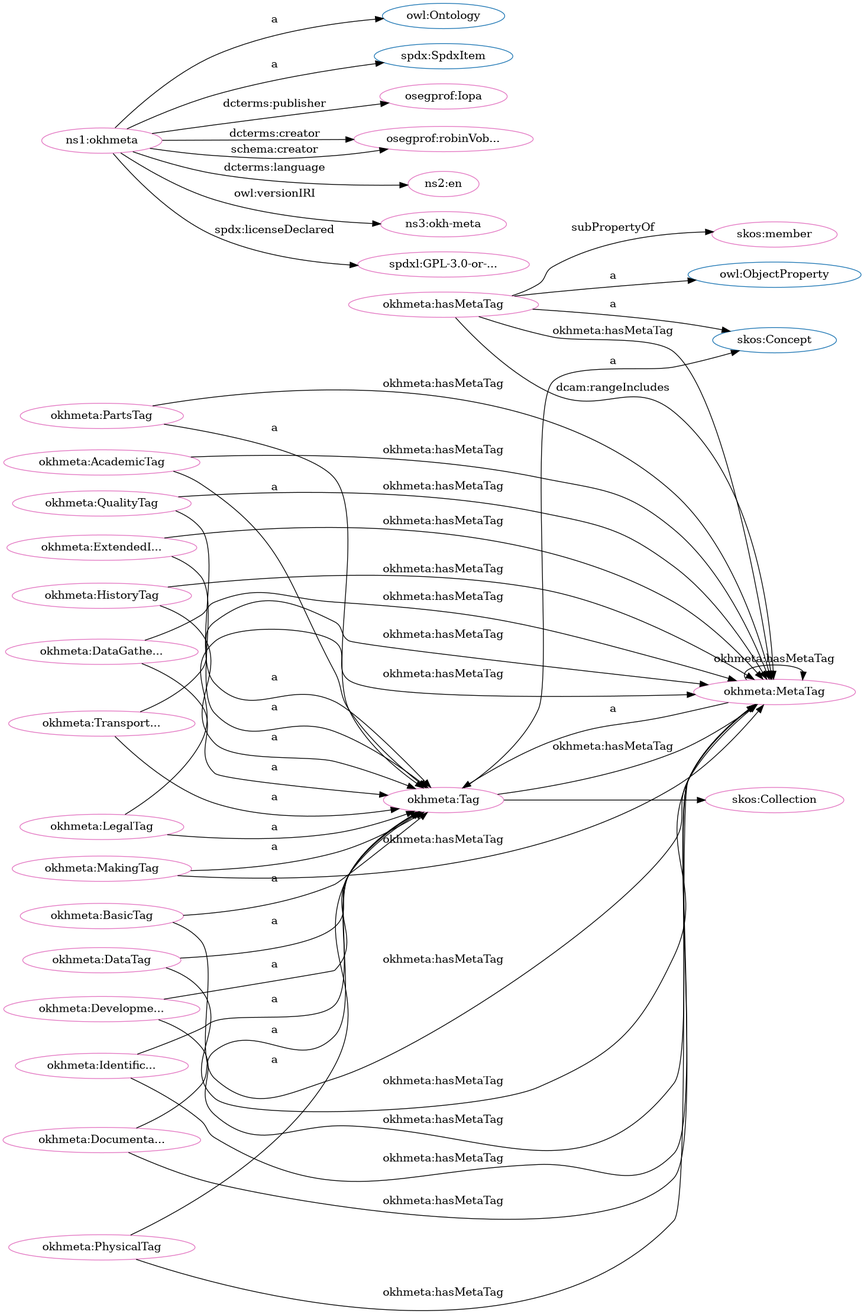
Before: src/spec/dot_okh-meta.png, a diagram exported from Graphviz (iop-alliance/OpenKnowHow). Its source is kept beside it as src/spec/dot_okh-meta.dot.
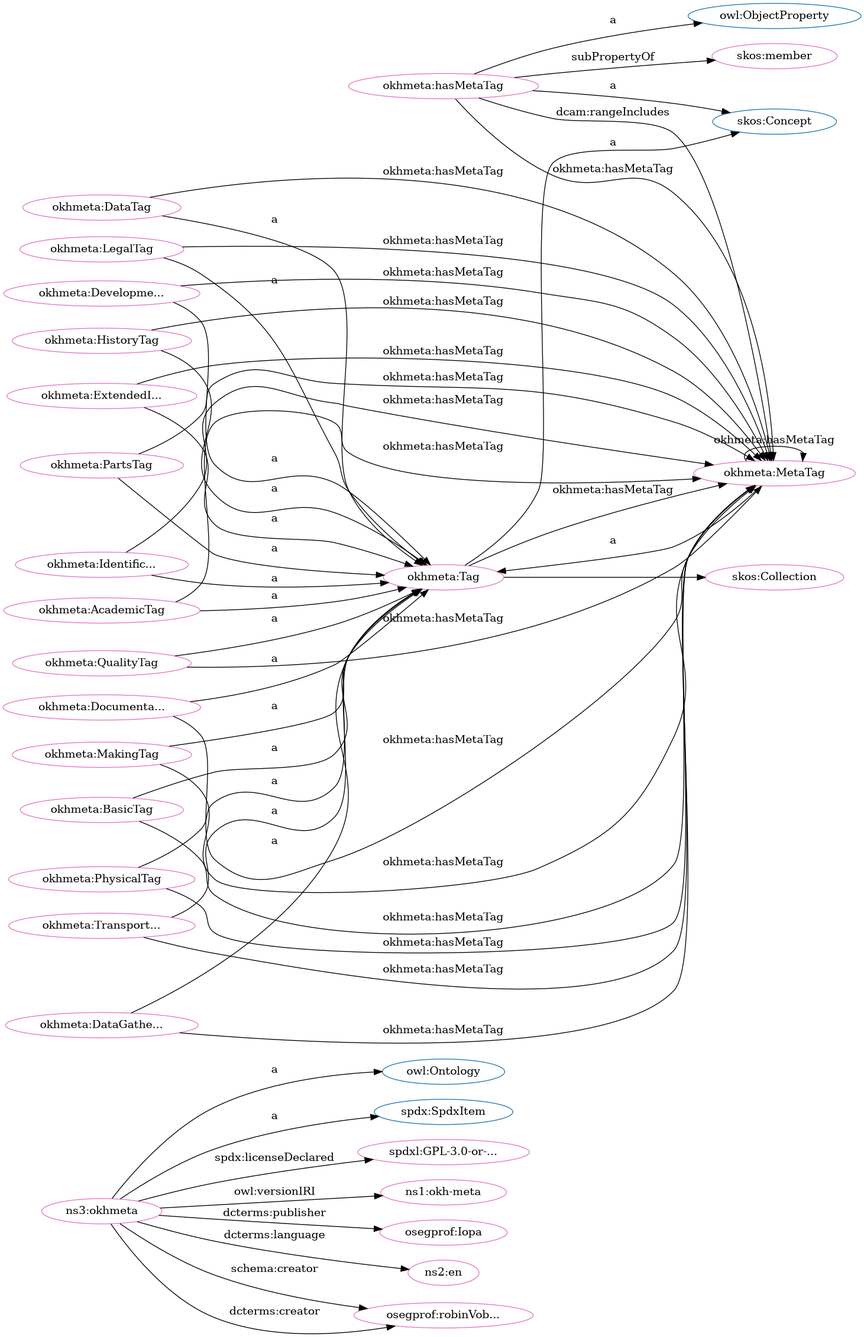
Above is the later version.

What changed in the source:
```diff
@@ -1,84 +1,84 @@
 digraph G {
   rankdir=BT
   node[height=.3]
-"http://www.w3.org/2004/02/skos/core#Concept" [fillcolor="#1f77b4" color="#1f77b4" label="skos:Concept"]
+"http://www.w3.org/2002/07/owl#Ontology" [fillcolor="#1f77b4" color="#1f77b4" label="owl:Ontology"]
+"http://spdx.org/rdf/terms#SpdxItem" [fillcolor="#1f77b4" color="#1f77b4" label="spdx:SpdxItem"]
 "http://w3id.org/oseg/ont/okhmeta#Tag" [fillcolor="#1f77b4" color="#1f77b4" label="okhmeta:Tag"]
 "http://www.w3.org/2004/02/skos/core#Collection" [fillcolor="#1f77b4" color="#1f77b4" label="skos:Collection"]
-"http://www.w3.org/2002/07/owl#Ontology" [fillcolor="#1f77b4" color="#1f77b4" label="owl:Ontology"]
 "http://www.w3.org/2002/07/owl#ObjectProperty" [fillcolor="#1f77b4" color="#1f77b4" label="owl:ObjectProperty"]
-"http://spdx.org/rdf/terms#SpdxItem" [fillcolor="#1f77b4" color="#1f77b4" label="spdx:SpdxItem"]
+"http://www.w3.org/2004/02/skos/core#Concept" [fillcolor="#1f77b4" color="#1f77b4" label="skos:Concept"]
+"http://w3id.org/oseg/ont/okhmeta#MetaTag" [fillcolor="#e377c2" color="#e377c2" label="okhmeta:MetaTag"]
+"http://w3id.org/oseg/ont/okhmeta#ExtendedInfoTag" [fillcolor="#e377c2" color="#e377c2" label="okhmeta:ExtendedI..."]
+"http://w3id.org/oseg/ont/okhmeta#PhysicalTag" [fillcolor="#e377c2" color="#e377c2" label="okhmeta:PhysicalTag"]
+"http://w3id.org/oseg/ont/okhmeta#DataTag" [fillcolor="#e377c2" color="#e377c2" label="okhmeta:DataTag"]
+"http://w3id.org/oseg/ont/okhmeta#DocumentationTag" [fillcolor="#e377c2" color="#e377c2" label="okhmeta:Documenta..."]
+"http://spdx.org/licenses/GPL-3.0-or-later" [fillcolor="#e377c2" color="#e377c2" label="spdxl:GPL-3.0-or-..."]
+"http://w3id.org/oseg/ont/okhmeta#hasMetaTag" [fillcolor="#e377c2" color="#e377c2" label="okhmeta:hasMetaTag"]
+"http://w3id.org/oseg/ont/okhmeta#BasicTag" [fillcolor="#e377c2" color="#e377c2" label="okhmeta:BasicTag"]
+"http://w3id.org/oseg/ont/okhmeta#LegalTag" [fillcolor="#e377c2" color="#e377c2" label="okhmeta:LegalTag"]
+"http://w3id.org/oseg/ont/1.1.0/okh-meta" [fillcolor="#e377c2" color="#e377c2" label="ns1:okh-meta"]
+"http://w3id.org/oseg/ont/okhmeta#DevelopmentTag" [fillcolor="#e377c2" color="#e377c2" label="okhmeta:Developme..."]
+"http://w3id.org/oseg/ont/okhmeta#QualityTag" [fillcolor="#e377c2" color="#e377c2" label="okhmeta:QualityTag"]
+"http://w3id.org/oseg/ont/oseg-profiles#Iopa" [fillcolor="#e377c2" color="#e377c2" label="osegprof:Iopa"]
+"http://w3id.org/oseg/ont/okhmeta#DataGatheringTag" [fillcolor="#e377c2" color="#e377c2" label="okhmeta:DataGathe..."]
+"http://id.loc.gov/vocabulary/iso639-1/en" [fillcolor="#e377c2" color="#e377c2" label="ns2:en"]
+"http://w3id.org/oseg/ont/okhmeta" [fillcolor="#e377c2" color="#e377c2" label="ns3:okhmeta"]
+"http://w3id.org/oseg/ont/okhmeta#IdentificationTag" [fillcolor="#e377c2" color="#e377c2" label="okhmeta:Identific..."]
+"http://w3id.org/oseg/ont/okhmeta#TransportationTag" [fillcolor="#e377c2" color="#e377c2" label="okhmeta:Transport..."]
+"http://w3id.org/oseg/ont/okhmeta#Tag" [fillcolor="#e377c2" color="#e377c2" label="okhmeta:Tag"]
+"http://w3id.org/oseg/ont/oseg-profiles#robinVobruba" [fillcolor="#e377c2" color="#e377c2" label="osegprof:robinVob..."]
+"http://w3id.org/oseg/ont/okhmeta#AcademicTag" [fillcolor="#e377c2" color="#e377c2" label="okhmeta:AcademicTag"]
+"http://www.w3.org/2004/02/skos/core#member" [fillcolor="#e377c2" color="#e377c2" label="skos:member"]
+"http://w3id.org/oseg/ont/okhmeta#MakingTag" [fillcolor="#e377c2" color="#e377c2" label="okhmeta:MakingTag"]
+"http://www.w3.org/2004/02/skos/core#Collection" [fillcolor="#e377c2" color="#e377c2" label="skos:Collection"]
+"http://w3id.org/oseg/ont/okhmeta#PartsTag" [fillcolor="#e377c2" color="#e377c2" label="okhmeta:PartsTag"]
 "http://w3id.org/oseg/ont/okhmeta#HistoryTag" [fillcolor="#e377c2" color="#e377c2" label="okhmeta:HistoryTag"]
-"http://w3id.org/oseg/ont/okhmeta" [fillcolor="#e377c2" color="#e377c2" label="ns1:okhmeta"]
-"http://w3id.org/oseg/ont/okhmeta#IdentificationTag" [fillcolor="#e377c2" color="#e377c2" label="okhmeta:Identific..."]
-"http://w3id.org/oseg/ont/okhmeta#MetaTag" [fillcolor="#e377c2" color="#e377c2" label="okhmeta:MetaTag"]
-"http://w3id.org/oseg/ont/oseg-profiles#Iopa" [fillcolor="#e377c2" color="#e377c2" label="osegprof:Iopa"]
-"http://w3id.org/oseg/ont/okhmeta#hasMetaTag" [fillcolor="#e377c2" color="#e377c2" label="okhmeta:hasMetaTag"]
-"http://w3id.org/oseg/ont/okhmeta#PartsTag" [fillcolor="#e377c2" color="#e377c2" label="okhmeta:PartsTag"]
-"http://w3id.org/oseg/ont/okhmeta#BasicTag" [fillcolor="#e377c2" color="#e377c2" label="okhmeta:BasicTag"]
-"http://w3id.org/oseg/ont/okhmeta#DevelopmentTag" [fillcolor="#e377c2" color="#e377c2" label="okhmeta:Developme..."]
-"http://w3id.org/oseg/ont/okhmeta#AcademicTag" [fillcolor="#e377c2" color="#e377c2" label="okhmeta:AcademicTag"]
-"http://w3id.org/oseg/ont/oseg-profiles#robinVobruba" [fillcolor="#e377c2" color="#e377c2" label="osegprof:robinVob..."]
-"http://w3id.org/oseg/ont/okhmeta#Tag" [fillcolor="#e377c2" color="#e377c2" label="okhmeta:Tag"]
-"http://id.loc.gov/vocabulary/iso639-1/en" [fillcolor="#e377c2" color="#e377c2" label="ns2:en"]
-"http://www.w3.org/2004/02/skos/core#member" [fillcolor="#e377c2" color="#e377c2" label="skos:member"]
-"http://w3id.org/oseg/ont/okhmeta#QualityTag" [fillcolor="#e377c2" color="#e377c2" label="okhmeta:QualityTag"]
-"http://w3id.org/oseg/ont/okhmeta#MakingTag" [fillcolor="#e377c2" color="#e377c2" label="okhmeta:MakingTag"]
-"http://w3id.org/oseg/ont/okhmeta#PhysicalTag" [fillcolor="#e377c2" color="#e377c2" label="okhmeta:PhysicalTag"]
-"http://w3id.org/oseg/ont/okhmeta#TransportationTag" [fillcolor="#e377c2" color="#e377c2" label="okhmeta:Transport..."]
-"http://w3id.org/oseg/ont/1.1.0/okh-meta" [fillcolor="#e377c2" color="#e377c2" label="ns3:okh-meta"]
-"http://w3id.org/oseg/ont/okhmeta#DocumentationTag" [fillcolor="#e377c2" color="#e377c2" label="okhmeta:Documenta..."]
-"http://w3id.org/oseg/ont/okhmeta#LegalTag" [fillcolor="#e377c2" color="#e377c2" label="okhmeta:LegalTag"]
-"http://w3id.org/oseg/ont/okhmeta#DataTag" [fillcolor="#e377c2" color="#e377c2" label="okhmeta:DataTag"]
-"http://w3id.org/oseg/ont/okhmeta#DataGatheringTag" [fillcolor="#e377c2" color="#e377c2" label="okhmeta:DataGathe..."]
-"http://w3id.org/oseg/ont/okhmeta#ExtendedInfoTag" [fillcolor="#e377c2" color="#e377c2" label="okhmeta:ExtendedI..."]
-"http://spdx.org/licenses/GPL-3.0-or-later" [fillcolor="#e377c2" color="#e377c2" label="spdxl:GPL-3.0-or-..."]
-"http://www.w3.org/2004/02/skos/core#Collection" [fillcolor="#e377c2" color="#e377c2" label="skos:Collection"]
+  "http://w3id.org/oseg/ont/okhmeta#PhysicalTag" -> "http://w3id.org/oseg/ont/okhmeta#Tag" [label="a"]
+  "http://w3id.org/oseg/ont/okhmeta#hasMetaTag" -> "http://w3id.org/oseg/ont/okhmeta#MetaTag" [label="dcam:rangeIncludes"]
+  "http://w3id.org/oseg/ont/okhmeta#hasMetaTag" -> "http://w3id.org/oseg/ont/okhmeta#MetaTag" [label="okhmeta:hasMetaTag"]
+  "http://w3id.org/oseg/ont/okhmeta#hasMetaTag" -> "http://www.w3.org/2002/07/owl#ObjectProperty" [label="a"]
+  "http://w3id.org/oseg/ont/okhmeta#LegalTag" -> "http://w3id.org/oseg/ont/okhmeta#Tag" [label="a"]
+  "http://w3id.org/oseg/ont/okhmeta#MakingTag" -> "http://w3id.org/oseg/ont/okhmeta#MetaTag" [label="okhmeta:hasMetaTag"]
+  "http://w3id.org/oseg/ont/okhmeta" -> "http://w3id.org/oseg/ont/1.1.0/okh-meta" [label="owl:versionIRI"]
+  "http://w3id.org/oseg/ont/okhmeta#QualityTag" -> "http://w3id.org/oseg/ont/okhmeta#Tag" [label="a"]
+  "http://w3id.org/oseg/ont/okhmeta#DataGatheringTag" -> "http://w3id.org/oseg/ont/okhmeta#Tag" [label="a"]
+  "http://w3id.org/oseg/ont/okhmeta#LegalTag" -> "http://w3id.org/oseg/ont/okhmeta#MetaTag" [label="okhmeta:hasMetaTag"]
+  "http://w3id.org/oseg/ont/okhmeta#IdentificationTag" -> "http://w3id.org/oseg/ont/okhmeta#Tag" [label="a"]
+  "http://w3id.org/oseg/ont/okhmeta#TransportationTag" -> "http://w3id.org/oseg/ont/okhmeta#Tag" [label="a"]
+  "http://w3id.org/oseg/ont/okhmeta#QualityTag" -> "http://w3id.org/oseg/ont/okhmeta#MetaTag" [label="okhmeta:hasMetaTag"]
+  "http://w3id.org/oseg/ont/okhmeta#DevelopmentTag" -> "http://w3id.org/oseg/ont/okhmeta#MetaTag" [label="okhmeta:hasMetaTag"]
+  "http://w3id.org/oseg/ont/okhmeta" -> "http://w3id.org/oseg/ont/oseg-profiles#robinVobruba" [label="schema:creator"]
+  "http://w3id.org/oseg/ont/okhmeta#DataGatheringTag" -> "http://w3id.org/oseg/ont/okhmeta#MetaTag" [label="okhmeta:hasMetaTag"]
+  "http://w3id.org/oseg/ont/okhmeta#AcademicTag" -> "http://w3id.org/oseg/ont/okhmeta#Tag" [label="a"]
+  "http://w3id.org/oseg/ont/okhmeta#PhysicalTag" -> "http://w3id.org/oseg/ont/okhmeta#MetaTag" [label="okhmeta:hasMetaTag"]
+  "http://w3id.org/oseg/ont/okhmeta" -> "http://w3id.org/oseg/ont/oseg-profiles#robinVobruba" [label="dcterms:creator"]
+  "http://w3id.org/oseg/ont/okhmeta#Tag" -> "http://www.w3.org/2004/02/skos/core#Collection" [label=""]
+  "http://w3id.org/oseg/ont/okhmeta#PartsTag" -> "http://w3id.org/oseg/ont/okhmeta#Tag" [label="a"]
+  "http://w3id.org/oseg/ont/okhmeta#Tag" -> "http://w3id.org/oseg/ont/okhmeta#MetaTag" [label="okhmeta:hasMetaTag"]
   "http://w3id.org/oseg/ont/okhmeta#HistoryTag" -> "http://w3id.org/oseg/ont/okhmeta#Tag" [label="a"]
-  "http://w3id.org/oseg/ont/okhmeta#IdentificationTag" -> "http://w3id.org/oseg/ont/okhmeta#Tag" [label="a"]
-  "http://w3id.org/oseg/ont/okhmeta" -> "http://w3id.org/oseg/ont/oseg-profiles#Iopa" [label="dcterms:publisher"]
-  "http://w3id.org/oseg/ont/okhmeta#hasMetaTag" -> "http://www.w3.org/2004/02/skos/core#Concept" [label="a"]
-  "http://w3id.org/oseg/ont/okhmeta#hasMetaTag" -> "http://www.w3.org/2002/07/owl#ObjectProperty" [label="a"]
-  "http://w3id.org/oseg/ont/okhmeta#Tag" -> "http://w3id.org/oseg/ont/okhmeta#MetaTag" [label="okhmeta:hasMetaTag"]
-  "http://w3id.org/oseg/ont/okhmeta#PartsTag" -> "http://w3id.org/oseg/ont/okhmeta#MetaTag" [label="okhmeta:hasMetaTag"]
-  "http://w3id.org/oseg/ont/okhmeta#BasicTag" -> "http://w3id.org/oseg/ont/okhmeta#MetaTag" [label="okhmeta:hasMetaTag"]
-  "http://w3id.org/oseg/ont/okhmeta#hasMetaTag" -> "http://w3id.org/oseg/ont/okhmeta#MetaTag" [label="dcam:rangeIncludes"]
-  "http://w3id.org/oseg/ont/okhmeta" -> "http://id.loc.gov/vocabulary/iso639-1/en" [label="dcterms:language"]
-  "http://w3id.org/oseg/ont/okhmeta#QualityTag" -> "http://w3id.org/oseg/ont/okhmeta#Tag" [label="a"]
-  "http://w3id.org/oseg/ont/okhmeta#PhysicalTag" -> "http://w3id.org/oseg/ont/okhmeta#MetaTag" [label="okhmeta:hasMetaTag"]
-  "http://w3id.org/oseg/ont/okhmeta#MakingTag" -> "http://w3id.org/oseg/ont/okhmeta#MetaTag" [label="okhmeta:hasMetaTag"]
+  "http://w3id.org/oseg/ont/okhmeta#IdentificationTag" -> "http://w3id.org/oseg/ont/okhmeta#MetaTag" [label="okhmeta:hasMetaTag"]
+  "http://w3id.org/oseg/ont/okhmeta#ExtendedInfoTag" -> "http://w3id.org/oseg/ont/okhmeta#Tag" [label="a"]
+  "http://w3id.org/oseg/ont/okhmeta#DataTag" -> "http://w3id.org/oseg/ont/okhmeta#Tag" [label="a"]
   "http://w3id.org/oseg/ont/okhmeta#DocumentationTag" -> "http://w3id.org/oseg/ont/okhmeta#Tag" [label="a"]
-  "http://w3id.org/oseg/ont/okhmeta#LegalTag" -> "http://w3id.org/oseg/ont/okhmeta#Tag" [label="a"]
   "http://w3id.org/oseg/ont/okhmeta#TransportationTag" -> "http://w3id.org/oseg/ont/okhmeta#MetaTag" [label="okhmeta:hasMetaTag"]
-  "http://w3id.org/oseg/ont/okhmeta#hasMetaTag" -> "http://w3id.org/oseg/ont/okhmeta#MetaTag" [label="okhmeta:hasMetaTag"]
-  "http://w3id.org/oseg/ont/okhmeta#DataGatheringTag" -> "http://w3id.org/oseg/ont/okhmeta#Tag" [label="a"]
-  "http://w3id.org/oseg/ont/okhmeta#DataTag" -> "http://w3id.org/oseg/ont/okhmeta#MetaTag" [label="okhmeta:hasMetaTag"]
-  "http://w3id.org/oseg/ont/okhmeta#ExtendedInfoTag" -> "http://w3id.org/oseg/ont/okhmeta#Tag" [label="a"]
+  "http://w3id.org/oseg/ont/okhmeta#AcademicTag" -> "http://w3id.org/oseg/ont/okhmeta#MetaTag" [label="okhmeta:hasMetaTag"]
   "http://w3id.org/oseg/ont/okhmeta" -> "http://spdx.org/licenses/GPL-3.0-or-later" [label="spdx:licenseDeclared"]
-  "http://w3id.org/oseg/ont/okhmeta#QualityTag" -> "http://w3id.org/oseg/ont/okhmeta#MetaTag" [label="okhmeta:hasMetaTag"]
-  "http://w3id.org/oseg/ont/okhmeta#Tag" -> "http://www.w3.org/2004/02/skos/core#Collection" [label=""]
-  "http://w3id.org/oseg/ont/okhmeta" -> "http://spdx.org/rdf/terms#SpdxItem" [label="a"]
-  "http://w3id.org/oseg/ont/okhmeta#HistoryTag" -> "http://w3id.org/oseg/ont/okhmeta#MetaTag" [label="okhmeta:hasMetaTag"]
-  "http://w3id.org/oseg/ont/okhmeta#IdentificationTag" -> "http://w3id.org/oseg/ont/okhmeta#MetaTag" [label="okhmeta:hasMetaTag"]
-  "http://w3id.org/oseg/ont/okhmeta#PartsTag" -> "http://w3id.org/oseg/ont/okhmeta#Tag" [label="a"]
   "http://w3id.org/oseg/ont/okhmeta#BasicTag" -> "http://w3id.org/oseg/ont/okhmeta#Tag" [label="a"]
   "http://w3id.org/oseg/ont/okhmeta#DevelopmentTag" -> "http://w3id.org/oseg/ont/okhmeta#Tag" [label="a"]
-  "http://w3id.org/oseg/ont/okhmeta#AcademicTag" -> "http://w3id.org/oseg/ont/okhmeta#Tag" [label="a"]
-  "http://w3id.org/oseg/ont/okhmeta" -> "http://w3id.org/oseg/ont/oseg-profiles#robinVobruba" [label="dcterms:creator"]
+  "http://w3id.org/oseg/ont/okhmeta#PartsTag" -> "http://w3id.org/oseg/ont/okhmeta#MetaTag" [label="okhmeta:hasMetaTag"]
+  "http://w3id.org/oseg/ont/okhmeta" -> "http://w3id.org/oseg/ont/oseg-profiles#Iopa" [label="dcterms:publisher"]
+  "http://w3id.org/oseg/ont/okhmeta#MetaTag" -> "http://w3id.org/oseg/ont/okhmeta#Tag" [label="a"]
+  "http://w3id.org/oseg/ont/okhmeta#ExtendedInfoTag" -> "http://w3id.org/oseg/ont/okhmeta#MetaTag" [label="okhmeta:hasMetaTag"]
+  "http://w3id.org/oseg/ont/okhmeta#DocumentationTag" -> "http://w3id.org/oseg/ont/okhmeta#MetaTag" [label="okhmeta:hasMetaTag"]
+  "http://w3id.org/oseg/ont/okhmeta" -> "http://id.loc.gov/vocabulary/iso639-1/en" [label="dcterms:language"]
+  "http://w3id.org/oseg/ont/okhmeta" -> "http://www.w3.org/2002/07/owl#Ontology" [label="a"]
+  "http://w3id.org/oseg/ont/okhmeta#BasicTag" -> "http://w3id.org/oseg/ont/okhmeta#MetaTag" [label="okhmeta:hasMetaTag"]
   "http://w3id.org/oseg/ont/okhmeta#Tag" -> "http://www.w3.org/2004/02/skos/core#Concept" [label="a"]
+  "http://w3id.org/oseg/ont/okhmeta#MetaTag" -> "http://w3id.org/oseg/ont/okhmeta#MetaTag" [label="okhmeta:hasMetaTag"]
+  "http://w3id.org/oseg/ont/okhmeta" -> "http://spdx.org/rdf/terms#SpdxItem" [label="a"]
+  "http://w3id.org/oseg/ont/okhmeta#hasMetaTag" -> "http://www.w3.org/2004/02/skos/core#Concept" [label="a"]
   "http://w3id.org/oseg/ont/okhmeta#hasMetaTag" -> "http://www.w3.org/2004/02/skos/core#member" [label="subPropertyOf"]
-  "http://w3id.org/oseg/ont/okhmeta#ExtendedInfoTag" -> "http://w3id.org/oseg/ont/okhmeta#MetaTag" [label="okhmeta:hasMetaTag"]
+  "http://w3id.org/oseg/ont/okhmeta#HistoryTag" -> "http://w3id.org/oseg/ont/okhmeta#MetaTag" [label="okhmeta:hasMetaTag"]
   "http://w3id.org/oseg/ont/okhmeta#MakingTag" -> "http://w3id.org/oseg/ont/okhmeta#Tag" [label="a"]
-  "http://w3id.org/oseg/ont/okhmeta#PhysicalTag" -> "http://w3id.org/oseg/ont/okhmeta#Tag" [label="a"]
-  "http://w3id.org/oseg/ont/okhmeta" -> "http://w3id.org/oseg/ont/oseg-profiles#robinVobruba" [label="schema:creator"]
-  "http://w3id.org/oseg/ont/okhmeta#AcademicTag" -> "http://w3id.org/oseg/ont/okhmeta#MetaTag" [label="okhmeta:hasMetaTag"]
-  "http://w3id.org/oseg/ont/okhmeta#TransportationTag" -> "http://w3id.org/oseg/ont/okhmeta#Tag" [label="a"]
-  "http://w3id.org/oseg/ont/okhmeta#MetaTag" -> "http://w3id.org/oseg/ont/okhmeta#Tag" [label="a"]
-  "http://w3id.org/oseg/ont/okhmeta" -> "http://w3id.org/oseg/ont/1.1.0/okh-meta" [label="owl:versionIRI"]
-  "http://w3id.org/oseg/ont/okhmeta#DataTag" -> "http://w3id.org/oseg/ont/okhmeta#Tag" [label="a"]
-  "http://w3id.org/oseg/ont/okhmeta#MetaTag" -> "http://w3id.org/oseg/ont/okhmeta#MetaTag" [label="okhmeta:hasMetaTag"]
-  "http://w3id.org/oseg/ont/okhmeta#DocumentationTag" -> "http://w3id.org/oseg/ont/okhmeta#MetaTag" [label="okhmeta:hasMetaTag"]
-  "http://w3id.org/oseg/ont/okhmeta#DevelopmentTag" -> "http://w3id.org/oseg/ont/okhmeta#MetaTag" [label="okhmeta:hasMetaTag"]
-  "http://w3id.org/oseg/ont/okhmeta#LegalTag" -> "http://w3id.org/oseg/ont/okhmeta#MetaTag" [label="okhmeta:hasMetaTag"]
-  "http://w3id.org/oseg/ont/okhmeta#DataGatheringTag" -> "http://w3id.org/oseg/ont/okhmeta#MetaTag" [label="okhmeta:hasMetaTag"]
-  "http://w3id.org/oseg/ont/okhmeta" -> "http://www.w3.org/2002/07/owl#Ontology" [label="a"]
+  "http://w3id.org/oseg/ont/okhmeta#DataTag" -> "http://w3id.org/oseg/ont/okhmeta#MetaTag" [label="okhmeta:hasMetaTag"]
 }
```
